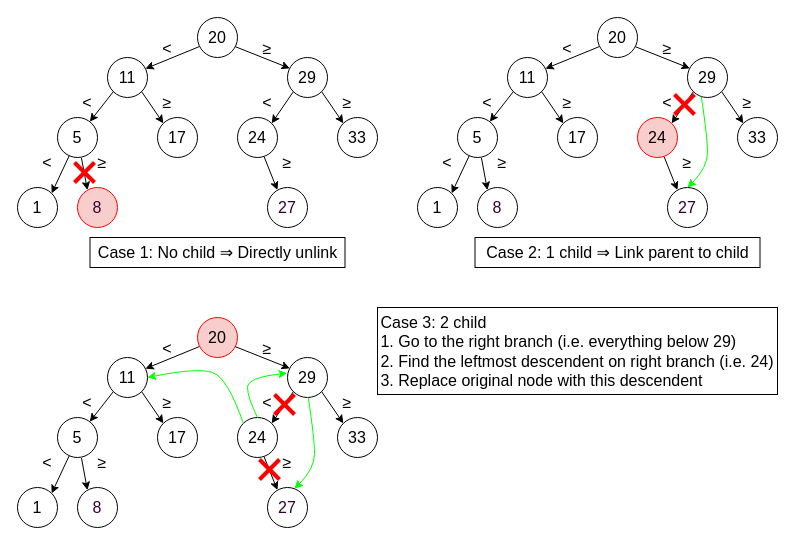
Earlier version of the draw.io diagram page "deletion" (2 of 13) of diagram/bst.drawio (mtshing/msdm5051). Source tidied: cells renumbered, new cells numbered last; positions are measured from the earlier drawing's top-left corner, leaving out a move shared by most shapes. Both pictures are drawn from the tidied source at 100%, with x=0, y=0 at pixel (17, 17).
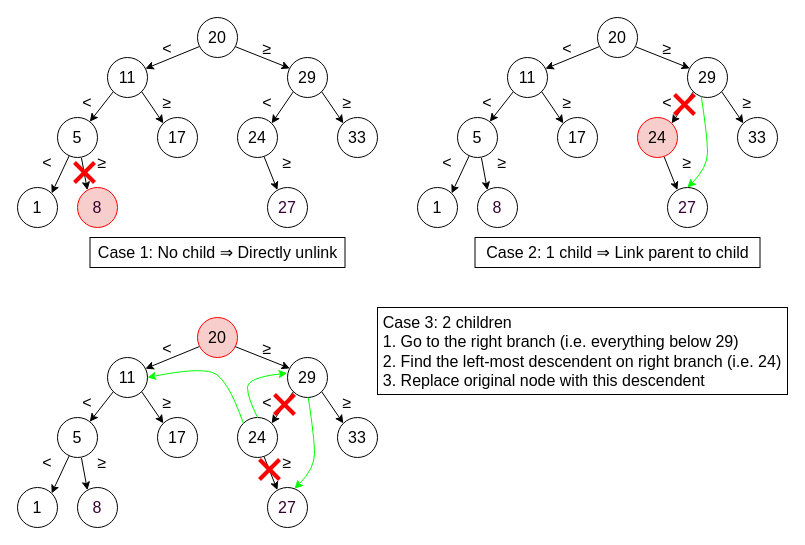
The same diagram, later.

Commit message (it also covers changes not shown here):
fix bst code; add content about red black tree + bst add print function for testing + avl fix delete code + rbt add everything - move graph traversal part to T06

The edit, as a diff of the source:
```diff
@@
-    <mxCell id="104" value="&lt;div style=&quot;text-align: left;&quot;&gt;&lt;span style=&quot;background-color: initial;&quot;&gt;Case 3: 2 child&amp;nbsp;&lt;/span&gt;&lt;/div&gt;&lt;div style=&quot;text-align: left;&quot;&gt;&lt;span style=&quot;background-color: initial;&quot;&gt;1. Go to the right branch (i.e. everything below 29)&lt;/span&gt;&lt;/div&gt;&lt;div style=&quot;text-align: left;&quot;&gt;&lt;span style=&quot;background-color: initial;&quot;&gt;2. Find the leftmost descendent on right branch (i.e. 24)&lt;/span&gt;&lt;/div&gt;&lt;div style=&quot;text-align: left;&quot;&gt;&lt;span style=&quot;background-color: initial;&quot;&gt;3. Replace original node with this descendent&lt;/span&gt;&lt;/div&gt;" style="rounded=0;whiteSpace=wrap;html=1;labelBorderColor=none;fontSize=16;" parent="1" vertex="1">
-      <mxGeometry x="360" y="290" width="400" height="87" as="geometry" />
+    <mxCell id="104" value="&lt;div style=&quot;text-align: left;&quot;&gt;&lt;span style=&quot;background-color: initial;&quot;&gt;Case 3: 2 children&amp;nbsp;&lt;/span&gt;&lt;/div&gt;&lt;div style=&quot;text-align: left;&quot;&gt;&lt;span style=&quot;background-color: initial;&quot;&gt;1. Go to the right branch (i.e. everything below 29)&lt;/span&gt;&lt;/div&gt;&lt;div style=&quot;text-align: left;&quot;&gt;&lt;span style=&quot;background-color: initial;&quot;&gt;2. Find the left-most descendent on right branch (i.e. 24)&lt;/span&gt;&lt;/div&gt;&lt;div style=&quot;text-align: left;&quot;&gt;&lt;span style=&quot;background-color: initial;&quot;&gt;3. Replace original node with this descendent&lt;/span&gt;&lt;/div&gt;" style="rounded=0;whiteSpace=wrap;html=1;labelBorderColor=none;fontSize=16;" parent="1" vertex="1">
+      <mxGeometry x="360" y="290" width="410" height="87" as="geometry" />
     </mxCell>
```
